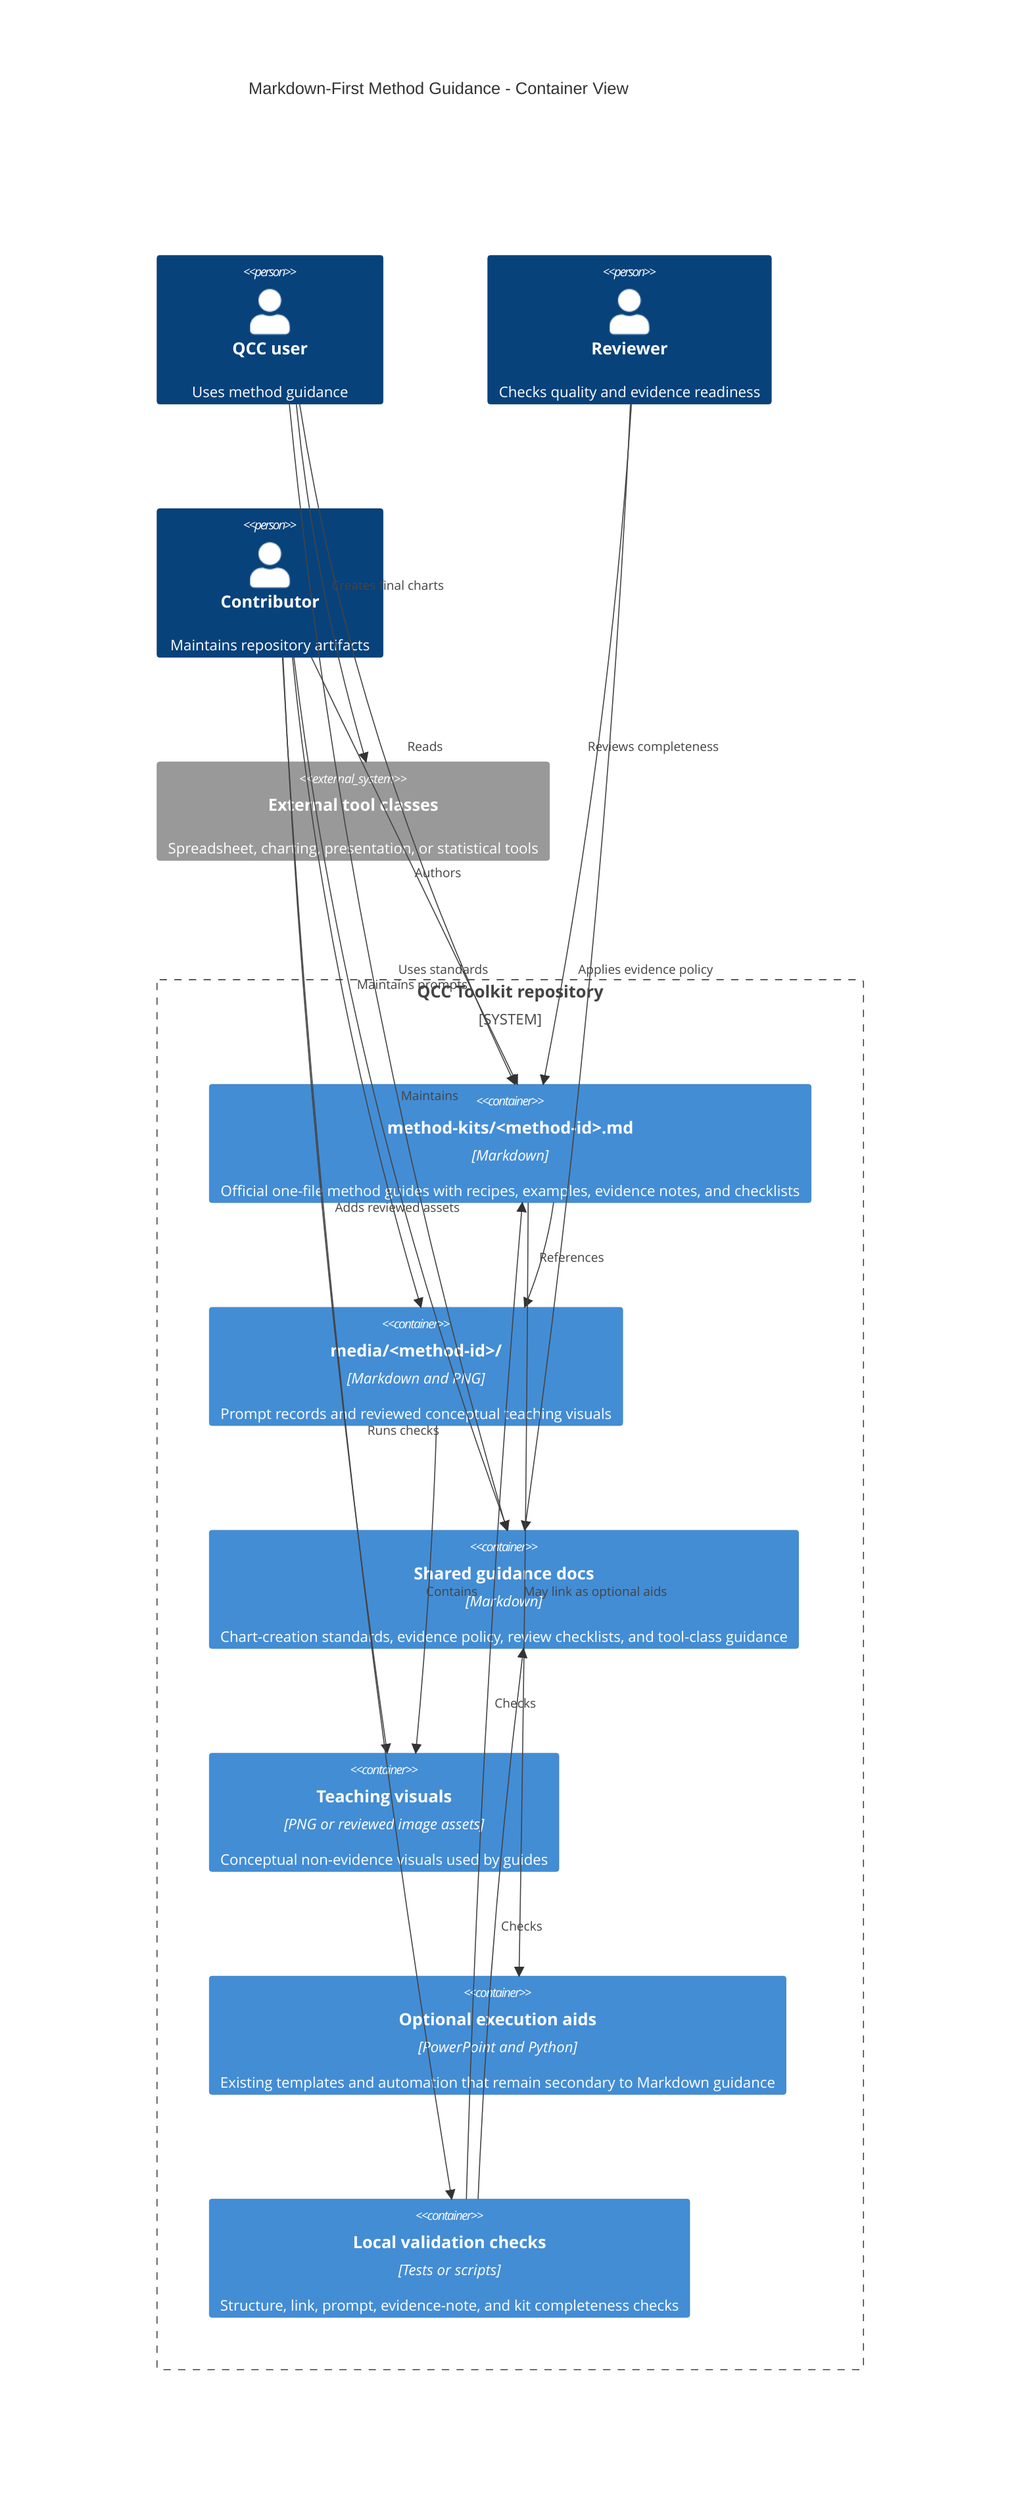
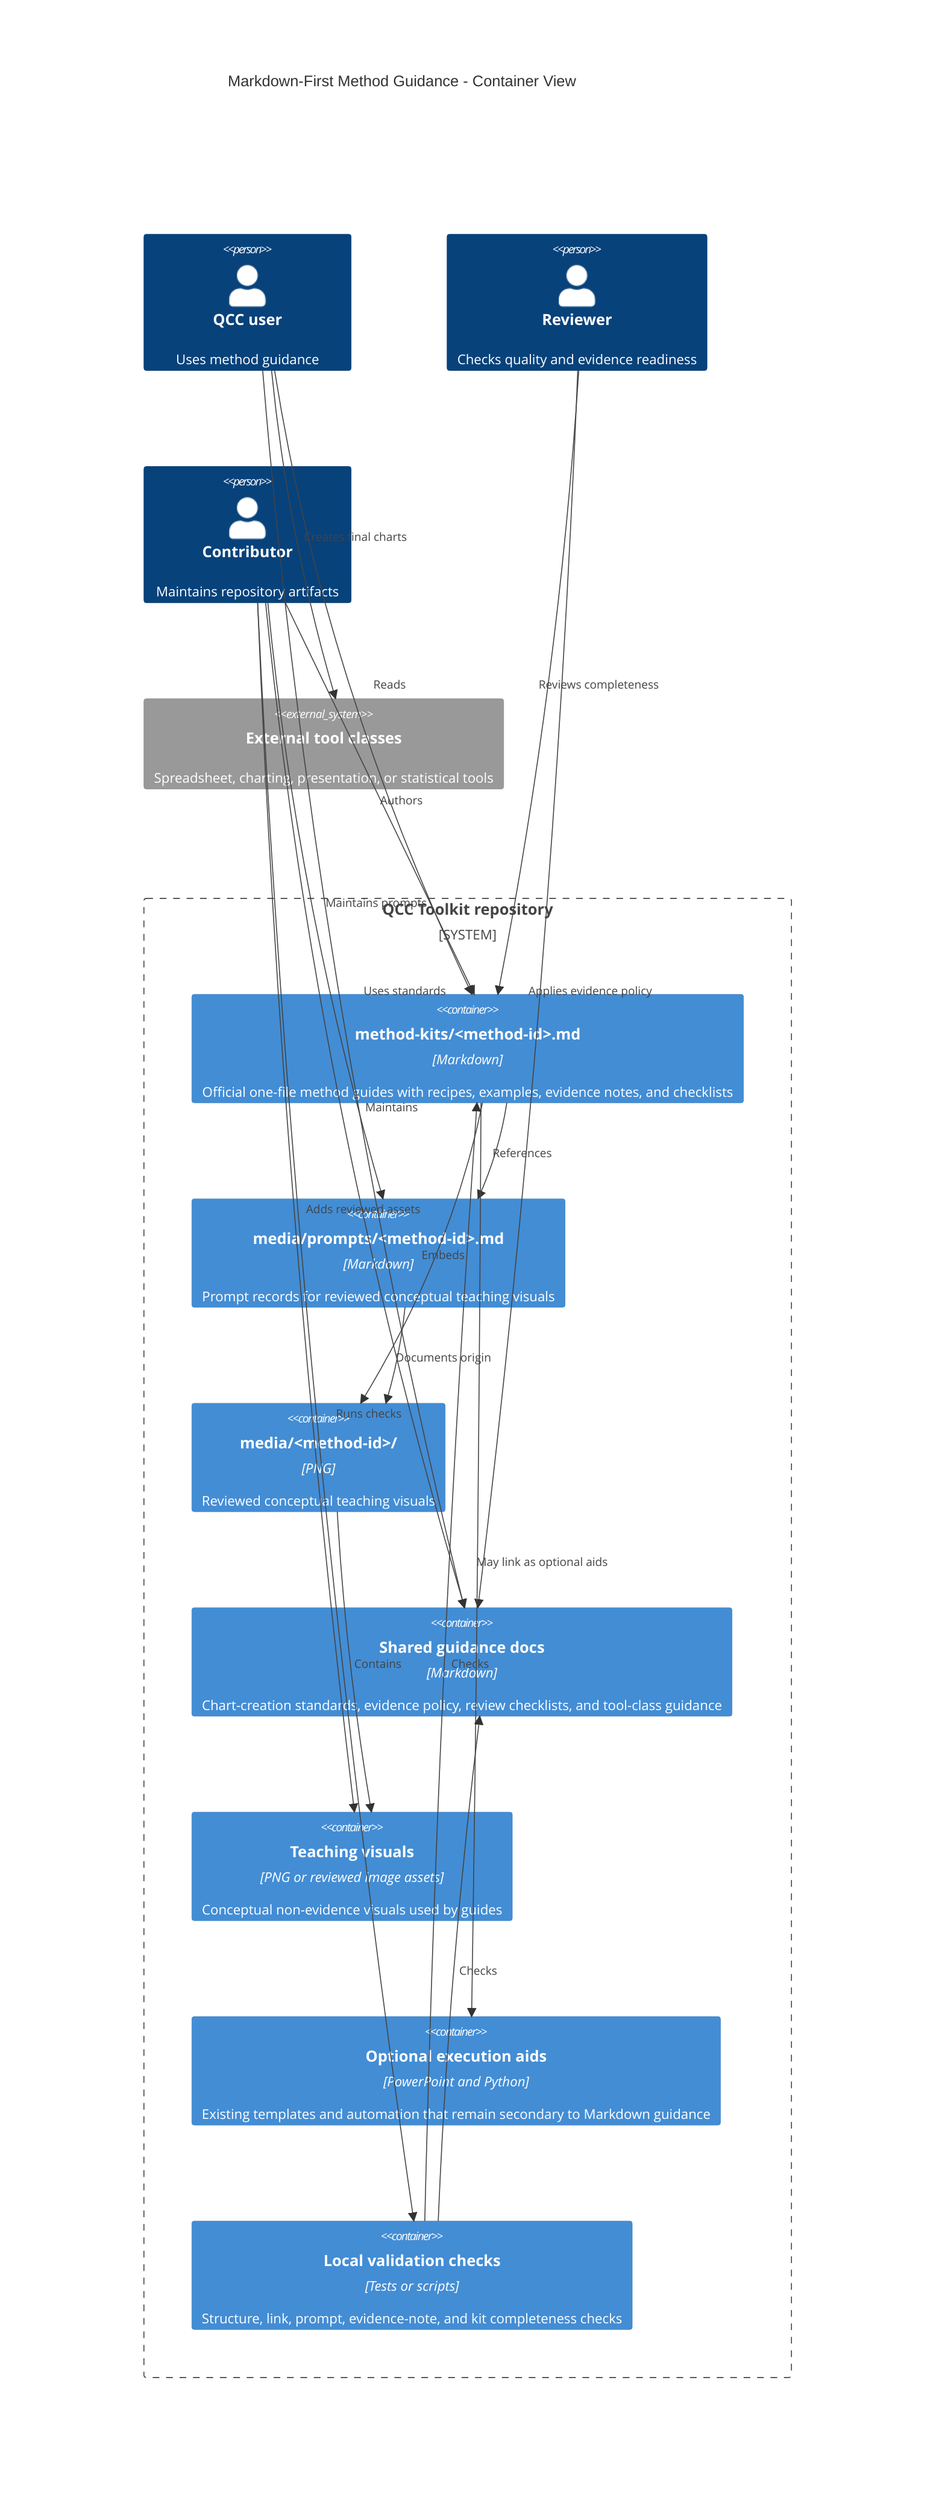
C4Container
  title Markdown-First Method Guidance - Container View

  Person(user, "QCC user", "Uses method guidance")
  Person(reviewer, "Reviewer", "Checks quality and evidence readiness")
  Person(contributor, "Contributor", "Maintains repository artifacts")

  System_Boundary(repo, "QCC Toolkit repository") {
    Container(method_kits, "method-kits/<method-id>.md", "Markdown", "Official one-file method guides with recipes, examples, evidence notes, and checklists")
-     Container(method_media, "media/<method-id>/", "Markdown and PNG", "Prompt records and reviewed conceptual teaching visuals")
+     Container(prompt_records, "media/prompts/<method-id>.md", "Markdown", "Prompt records for reviewed conceptual teaching visuals")
+     Container(method_media, "media/<method-id>/", "PNG", "Reviewed conceptual teaching visuals")
    Container(shared_guidance, "Shared guidance docs", "Markdown", "Chart-creation standards, evidence policy, review checklists, and tool-class guidance")
    Container(teaching_assets, "Teaching visuals", "PNG or reviewed image assets", "Conceptual non-evidence visuals used by guides")
    Container(optional_aids, "Optional execution aids", "PowerPoint and Python", "Existing templates and automation that remain secondary to Markdown guidance")
    Container(validation, "Local validation checks", "Tests or scripts", "Structure, link, prompt, evidence-note, and kit completeness checks")
  }

  System_Ext(tool, "External tool classes", "Spreadsheet, charting, presentation, or statistical tools")

  Rel(contributor, method_kits, "Authors")
  Rel(contributor, shared_guidance, "Maintains")
-   Rel(contributor, method_media, "Maintains prompts")
+   Rel(contributor, prompt_records, "Maintains prompts")
  Rel(contributor, teaching_assets, "Adds reviewed assets")
  Rel(contributor, validation, "Runs checks")
  Rel(user, method_kits, "Reads")
  Rel(user, shared_guidance, "Uses standards")
  Rel(user, tool, "Creates final charts")
  Rel(reviewer, method_kits, "Reviews completeness")
  Rel(reviewer, shared_guidance, "Applies evidence policy")
-   Rel(method_kits, method_media, "References")
+   Rel(method_kits, prompt_records, "References")
+   Rel(method_kits, method_media, "Embeds")
+   Rel(prompt_records, method_media, "Documents origin")
  Rel(method_media, teaching_assets, "Contains")
  Rel(method_kits, optional_aids, "May link as optional aids")
  Rel(validation, method_kits, "Checks")
  Rel(validation, shared_guidance, "Checks")
